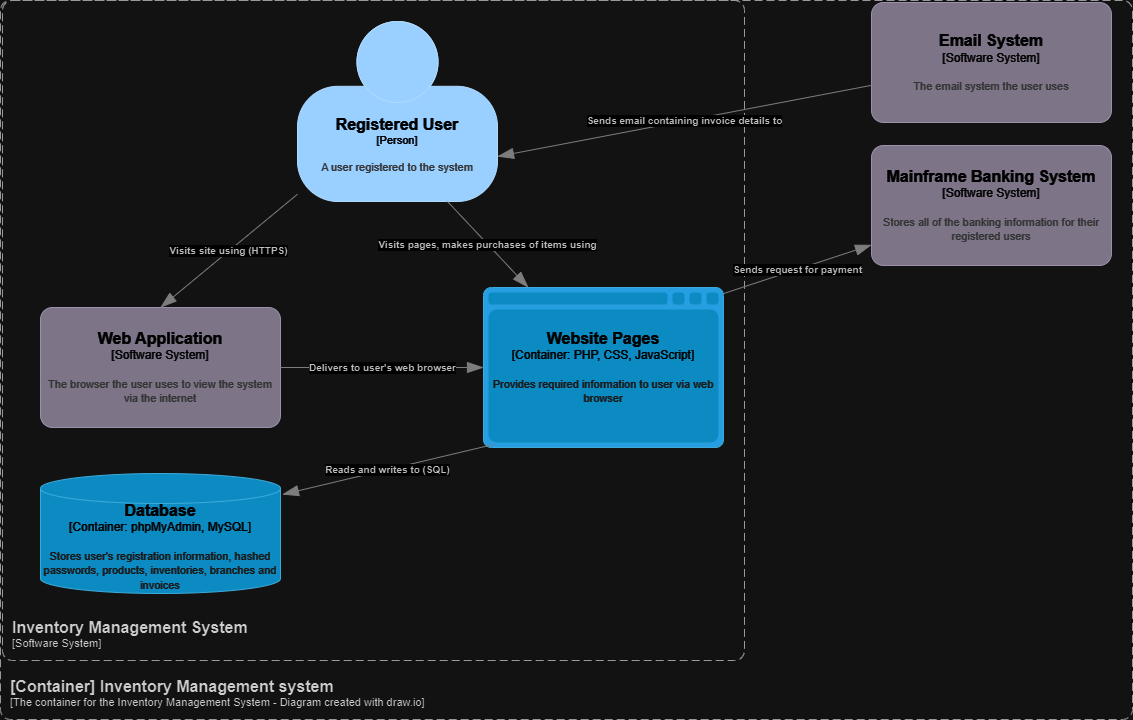
The draw.io diagram C4 Diagrams/ContainerDiagram.png in Vani0904/Team-Project-Inventory-System, before a commit. Source tidied: cells renumbered, new cells last; positions are measured from the earlier drawing's top-left corner, leaving out a move shared by most shapes. Source of this version:
```xml
<mxGraphModel>
  <root>
    <mxCell id="0" />
    <mxCell id="1" parent="0" />
    <object id="2" label="&lt;font style=&quot;font-size: 16px&quot;&gt;&lt;b&gt;%c4Name%&lt;/b&gt;&lt;/font&gt;&lt;div&gt;[%c4Type%]&lt;/div&gt;&lt;br&gt;&lt;div&gt;&lt;font style=&quot;font-size: 11px&quot;&gt;&lt;font color=&quot;#cccccc&quot;&gt;%c4Description%&lt;/font&gt;&lt;/div&gt;" c4Description="A user registered to the system" c4Name="Registered User" c4Type="Person" placeholders="1">
      <mxCell style="html=1;fontSize=11;dashed=0;whiteSpace=wrap;fillColor=#083F75;strokeColor=#06315C;fontColor=#ffffff;shape=mxgraph.c4.person2;align=center;points=[[0.5,0,0],[1,0.5,0],[1,0.75,0],[0.75,1,0],[0.5,1,0],[0.25,1,0],[0,0.75,0],[0,0.5,0]];" parent="1" vertex="1">
        <mxGeometry x="297" y="21" width="200" height="180" as="geometry" />
      </mxCell>
    </object>
    <object id="3" label="&lt;font style=&quot;font-size: 16px&quot;&gt;&lt;b&gt;&lt;div style=&quot;text-align: left&quot;&gt;%c4Name%&lt;/div&gt;&lt;/b&gt;&lt;/font&gt;&lt;div style=&quot;text-align: left&quot;&gt;[%c4Application%]&lt;/div&gt;" c4Application="Software System" c4Name="Inventory Management System" c4Type="SystemScopeBoundary" placeholders="1">
      <mxCell style="rounded=1;fontSize=11;whiteSpace=wrap;html=1;dashed=1;arcSize=20;fillColor=none;strokeColor=#666666;fontColor=#333333;labelBackgroundColor=none;align=left;verticalAlign=bottom;labelBorderColor=none;spacingTop=0;spacing=10;dashPattern=8 4;perimeter=rectanglePerimeter;noLabel=0;labelPadding=0;absoluteArcSize=1;" parent="1" vertex="1">
        <mxGeometry x="2" width="742" height="660" as="geometry" />
      </mxCell>
    </object>
    <object id="4" label="&lt;font style=&quot;font-size: 16px&quot;&gt;&lt;b&gt;%c4Name%&lt;/b&gt;&lt;/font&gt;&lt;div&gt;[%c4Type%:&amp;nbsp;%c4Technology%]&lt;/div&gt;&lt;br&gt;&lt;div&gt;&lt;font style=&quot;font-size: 11px&quot;&gt;&lt;font color=&quot;#E6E6E6&quot;&gt;%c4Description%&lt;/font&gt;&lt;/div&gt;" c4Description="Stores user's registration information, hashed passwords, products, inventories, branches and invoices" c4Name="Database" c4Technology="phpMyAdmin, MySQL" c4Type="Container" placeholders="1">
      <mxCell style="shape=cylinder3;size=15;whiteSpace=wrap;html=1;boundedLbl=1;rounded=0;labelBackgroundColor=none;fillColor=#23A2D9;fontSize=12;fontColor=#ffffff;align=center;strokeColor=#0E7DAD;points=[[0.5,0,0],[1,0.25,0],[1,0.5,0],[1,0.75,0],[0.5,1,0],[0,0.75,0],[0,0.5,0],[0,0.25,0]];" parent="1" vertex="1">
        <mxGeometry x="40" y="473" width="240" height="120" as="geometry" />
      </mxCell>
    </object>
    <object id="5" label="&lt;font style=&quot;font-size: 16px&quot;&gt;&lt;b&gt;%c4Name%&lt;/b&gt;&lt;/font&gt;&lt;div&gt;[%c4Type%:&amp;nbsp;%c4Technology%]&lt;/div&gt;&lt;br&gt;&lt;div&gt;&lt;font style=&quot;font-size: 11px&quot;&gt;&lt;font color=&quot;#E6E6E6&quot;&gt;%c4Description%&lt;/font&gt;&lt;/div&gt;" c4Description="Provides required information to user via web browser" c4Name="Website Pages" c4Technology="PHP, CSS, JavaScript" c4Type="Container" placeholders="1">
      <mxCell style="shape=mxgraph.c4.webBrowserContainer2;whiteSpace=wrap;html=1;boundedLbl=1;rounded=0;labelBackgroundColor=none;strokeColor=#118ACD;fillColor=#23A2D9;strokeColor=#118ACD;strokeColor2=#0E7DAD;fontSize=12;fontColor=#ffffff;align=center;points=[[0.5,0,0],[1,0.25,0],[1,0.5,0],[1,0.75,0],[0.5,1,0],[0,0.75,0],[0,0.5,0],[0,0.25,0]];" parent="1" vertex="1">
        <mxGeometry x="483" y="287" width="240" height="160" as="geometry" />
      </mxCell>
    </object>
    <object id="6" label="&lt;font style=&quot;font-size: 16px&quot;&gt;&lt;b&gt;%c4Name%&lt;/b&gt;&lt;/font&gt;&lt;div&gt;[%c4Type%]&lt;/div&gt;&lt;br&gt;&lt;div&gt;&lt;font style=&quot;font-size: 11px&quot;&gt;&lt;font color=&quot;#cccccc&quot;&gt;%c4Description%&lt;/font&gt;&lt;/div&gt;" c4Description="The browser the user uses to view the system via the internet" c4Name="Web Application" c4Type="Software System" placeholders="1">
      <mxCell style="rounded=1;whiteSpace=wrap;html=1;labelBackgroundColor=none;fillColor=#8C8496;fontColor=#ffffff;align=center;arcSize=10;strokeColor=#736782;points=[[0.25,0,0],[0.5,0,0],[0.75,0,0],[1,0.25,0],[1,0.5,0],[1,0.75,0],[0.75,1,0],[0.5,1,0],[0.25,1,0],[0,0.75,0],[0,0.5,0],[0,0.25,0]];" parent="1" vertex="1">
        <mxGeometry x="40" y="307" width="240" height="120" as="geometry" />
      </mxCell>
    </object>
    <object id="7" label="&lt;div style=&quot;text-align: left&quot;&gt;&lt;div style=&quot;text-align: center&quot;&gt;&lt;b&gt;%c4Description%&lt;/b&gt;&lt;/div&gt;" c4Description="Visits site using (HTTPS)" c4Type="Relationship" placeholders="1">
      <mxCell style="endArrow=blockThin;html=1;fontSize=10;fontColor=#404040;strokeWidth=1;endFill=1;strokeColor=#828282;elbow=vertical;endSize=14;startSize=14;jumpStyle=arc;jumpSize=16;rounded=0;entryX=0.5;entryY=0;entryDx=0;entryDy=0;entryPerimeter=0;" parent="1" edge="1" source="2" target="6">
        <mxGeometry relative="1" as="geometry" />
      </mxCell>
    </object>
    <object id="8" label="&lt;font style=&quot;font-size: 16px&quot;&gt;&lt;b&gt;%c4Name%&lt;/b&gt;&lt;/font&gt;&lt;div&gt;[%c4Type%]&lt;/div&gt;&lt;br&gt;&lt;div&gt;&lt;font style=&quot;font-size: 11px&quot;&gt;&lt;font color=&quot;#cccccc&quot;&gt;%c4Description%&lt;/font&gt;&lt;/div&gt;" c4Description="The email system the user uses" c4Name="Email System" c4Type="Software System" placeholders="1">
      <mxCell style="rounded=1;whiteSpace=wrap;html=1;labelBackgroundColor=none;fillColor=#8C8496;fontColor=#ffffff;align=center;arcSize=10;strokeColor=#736782;points=[[0.25,0,0],[0.5,0,0],[0.75,0,0],[1,0.25,0],[1,0.5,0],[1,0.75,0],[0.75,1,0],[0.5,1,0],[0.25,1,0],[0,0.75,0],[0,0.5,0],[0,0.25,0]];" parent="1" vertex="1">
        <mxGeometry x="871" y="2" width="240" height="120" as="geometry" />
      </mxCell>
    </object>
    <object id="9" label="&lt;div style=&quot;text-align: left&quot;&gt;&lt;div style=&quot;text-align: center&quot;&gt;&lt;b&gt;%c4Description%&lt;/b&gt;&lt;/div&gt;" c4Description="Sends email containing invoice details to" c4Type="Relationship" placeholders="1">
      <mxCell style="endArrow=blockThin;html=1;fontSize=10;fontColor=#404040;strokeWidth=1;endFill=1;strokeColor=#828282;elbow=vertical;endSize=14;startSize=14;jumpStyle=arc;jumpSize=16;rounded=0;entryX=1;entryY=0.75;entryDx=0;entryDy=0;entryPerimeter=0;" parent="1" edge="1" source="8" target="2">
        <mxGeometry relative="1" as="geometry" />
      </mxCell>
    </object>
    <object id="10" label="&lt;div style=&quot;text-align: left&quot;&gt;&lt;div style=&quot;text-align: center&quot;&gt;&lt;b&gt;%c4Description%&lt;/b&gt;&lt;/div&gt;" c4Description="Delivers to user's web browser" c4Type="Relationship" placeholders="1">
      <mxCell style="endArrow=blockThin;html=1;fontSize=10;fontColor=#404040;strokeWidth=1;endFill=1;strokeColor=#828282;elbow=vertical;endSize=14;startSize=14;jumpStyle=arc;jumpSize=16;rounded=0;edgeStyle=orthogonalEdgeStyle;curved=1;exitX=1;exitY=0.5;exitDx=0;exitDy=0;exitPerimeter=0;" parent="1" edge="1" source="6" target="5">
        <mxGeometry relative="1" as="geometry" />
      </mxCell>
    </object>
    <object id="11" label="&lt;font style=&quot;font-size: 16px&quot;&gt;&lt;b&gt;&lt;div style=&quot;text-align: left&quot;&gt;%c4Name%&lt;/div&gt;&lt;/b&gt;&lt;/font&gt;&lt;div style=&quot;text-align: left&quot;&gt;[%c4Application%]&lt;/div&gt;" c4Application="The container for the Inventory Management System - Diagram created with draw.io" c4Name="[Container] Inventory Management system" c4Type="ContainerScopeBoundary" placeholders="1">
      <mxCell style="rounded=1;fontSize=11;whiteSpace=wrap;html=1;dashed=1;arcSize=20;fillColor=none;strokeColor=#666666;fontColor=#333333;labelBackgroundColor=none;align=left;verticalAlign=bottom;labelBorderColor=none;spacingTop=0;spacing=10;dashPattern=8 4;perimeter=rectanglePerimeter;noLabel=0;labelPadding=0;absoluteArcSize=1;" parent="1" vertex="1">
        <mxGeometry width="1132" height="719" as="geometry" />
      </mxCell>
    </object>
    <object id="12" label="&lt;div style=&quot;text-align: left&quot;&gt;&lt;div style=&quot;text-align: center&quot;&gt;&lt;b&gt;%c4Description%&lt;/b&gt;&lt;/div&gt;" c4Description="Reads and writes to (SQL)" c4Type="Relationship" placeholders="1">
      <mxCell style="endArrow=blockThin;html=1;fontSize=10;fontColor=#404040;strokeWidth=1;endFill=1;strokeColor=#828282;elbow=vertical;endSize=14;startSize=14;jumpStyle=arc;jumpSize=16;rounded=0;entryX=1.008;entryY=0.175;entryDx=0;entryDy=0;entryPerimeter=0;exitX=0.042;exitY=0.981;exitDx=0;exitDy=0;exitPerimeter=0;" parent="1" edge="1" source="5" target="4">
        <mxGeometry relative="1" as="geometry" />
      </mxCell>
    </object>
    <object id="13" label="&lt;font style=&quot;font-size: 16px&quot;&gt;&lt;b&gt;%c4Name%&lt;/b&gt;&lt;/font&gt;&lt;div&gt;[%c4Type%]&lt;/div&gt;&lt;br&gt;&lt;div&gt;&lt;font style=&quot;font-size: 11px&quot;&gt;&lt;font color=&quot;#cccccc&quot;&gt;%c4Description%&lt;/font&gt;&lt;/div&gt;" c4Description="Stores all of the banking information for their registered users" c4Name="Mainframe Banking System" c4Type="Software System" placeholders="1">
      <mxCell style="rounded=1;whiteSpace=wrap;html=1;labelBackgroundColor=none;fillColor=#8C8496;fontColor=#ffffff;align=center;arcSize=10;strokeColor=#736782;points=[[0.25,0,0],[0.5,0,0],[0.75,0,0],[1,0.25,0],[1,0.5,0],[1,0.75,0],[0.75,1,0],[0.5,1,0],[0.25,1,0],[0,0.75,0],[0,0.5,0],[0,0.25,0]];" parent="1" vertex="1">
        <mxGeometry x="871" y="145" width="240" height="120" as="geometry" />
      </mxCell>
    </object>
    <object id="14" label="&lt;div style=&quot;text-align: left&quot;&gt;&lt;div style=&quot;text-align: center&quot;&gt;&lt;b&gt;%c4Description%&lt;/b&gt;&lt;/div&gt;" c4Description="Sends request for payment" c4Type="Relationship" placeholders="1">
      <mxCell style="endArrow=blockThin;html=1;fontSize=10;fontColor=#404040;strokeWidth=1;endFill=1;strokeColor=#828282;elbow=vertical;endSize=14;startSize=14;jumpStyle=arc;jumpSize=16;rounded=0;exitX=1;exitY=0.038;exitDx=0;exitDy=0;exitPerimeter=0;" parent="1" edge="1" source="5" target="13">
        <mxGeometry relative="1" as="geometry" />
      </mxCell>
    </object>
    <object id="15" label="&lt;div style=&quot;text-align: left&quot;&gt;&lt;div style=&quot;text-align: center&quot;&gt;&lt;b&gt;%c4Description%&lt;/b&gt;&lt;/div&gt;" c4Description="Visits pages, makes purchases of items using" c4Type="Relationship" placeholders="1">
      <mxCell style="endArrow=blockThin;html=1;fontSize=10;fontColor=#404040;strokeWidth=1;endFill=1;strokeColor=#828282;elbow=vertical;endSize=14;startSize=14;jumpStyle=arc;jumpSize=16;rounded=0;exitX=0.75;exitY=1;exitDx=0;exitDy=0;exitPerimeter=0;" parent="1" edge="1" source="2" target="5">
        <mxGeometry relative="1" as="geometry" />
      </mxCell>
    </object>
  </root>
</mxGraphModel>
```
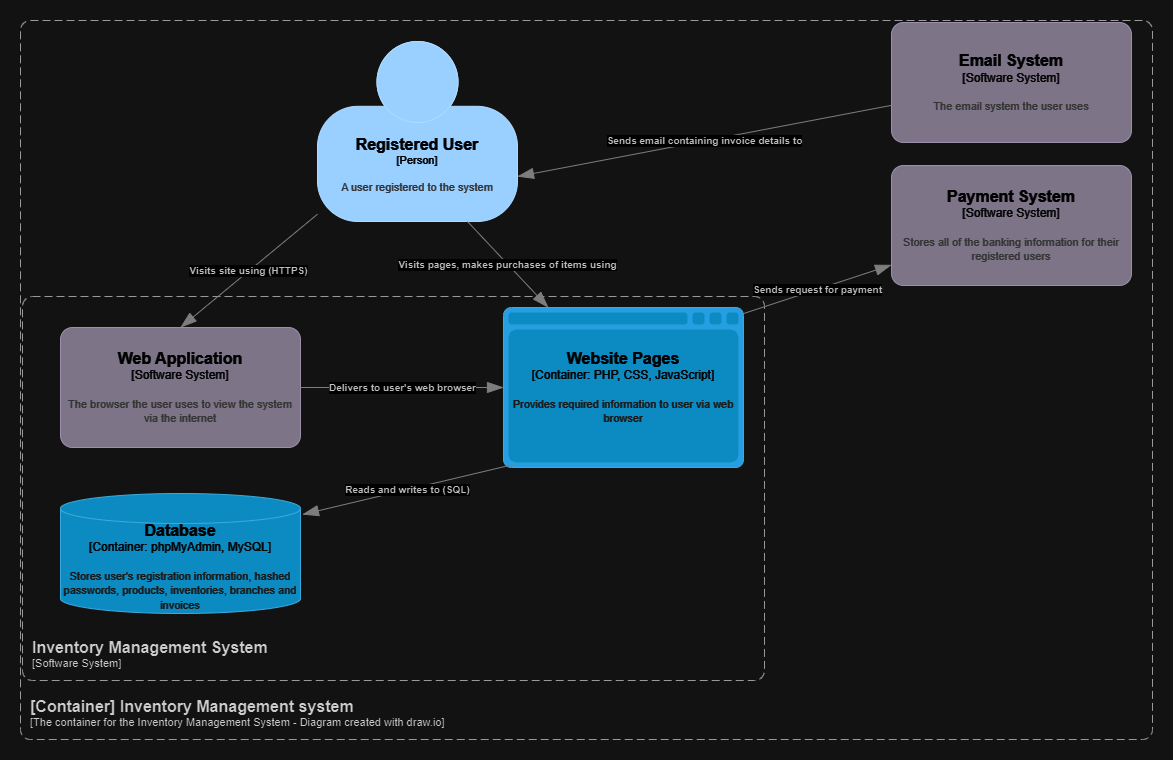
Later version of the same file.

Diff of the diagram source:
```diff
@@ -9,7 +9,7 @@
     </object>
     <object id="3" label="&lt;font style=&quot;font-size: 16px&quot;&gt;&lt;b&gt;&lt;div style=&quot;text-align: left&quot;&gt;%c4Name%&lt;/div&gt;&lt;/b&gt;&lt;/font&gt;&lt;div style=&quot;text-align: left&quot;&gt;[%c4Application%]&lt;/div&gt;" c4Application="Software System" c4Name="Inventory Management System" c4Type="SystemScopeBoundary" placeholders="1">
       <mxCell style="rounded=1;fontSize=11;whiteSpace=wrap;html=1;dashed=1;arcSize=20;fillColor=none;strokeColor=#666666;fontColor=#333333;labelBackgroundColor=none;align=left;verticalAlign=bottom;labelBorderColor=none;spacingTop=0;spacing=10;dashPattern=8 4;perimeter=rectanglePerimeter;noLabel=0;labelPadding=0;absoluteArcSize=1;" parent="1" vertex="1">
-        <mxGeometry x="2" width="742" height="660" as="geometry" />
+        <mxGeometry x="2" y="276" width="742" height="384" as="geometry" />
       </mxCell>
     </object>
     <object id="4" label="&lt;font style=&quot;font-size: 16px&quot;&gt;&lt;b&gt;%c4Name%&lt;/b&gt;&lt;/font&gt;&lt;div&gt;[%c4Type%:&amp;nbsp;%c4Technology%]&lt;/div&gt;&lt;br&gt;&lt;div&gt;&lt;font style=&quot;font-size: 11px&quot;&gt;&lt;font color=&quot;#E6E6E6&quot;&gt;%c4Description%&lt;/font&gt;&lt;/div&gt;" c4Description="Stores user's registration information, hashed passwords, products, inventories, branches and invoices" c4Name="Database" c4Technology="phpMyAdmin, MySQL" c4Type="Container" placeholders="1">
@@ -57,7 +57,7 @@
         <mxGeometry relative="1" as="geometry" />
       </mxCell>
     </object>
-    <object id="13" label="&lt;font style=&quot;font-size: 16px&quot;&gt;&lt;b&gt;%c4Name%&lt;/b&gt;&lt;/font&gt;&lt;div&gt;[%c4Type%]&lt;/div&gt;&lt;br&gt;&lt;div&gt;&lt;font style=&quot;font-size: 11px&quot;&gt;&lt;font color=&quot;#cccccc&quot;&gt;%c4Description%&lt;/font&gt;&lt;/div&gt;" c4Description="Stores all of the banking information for their registered users" c4Name="Mainframe Banking System" c4Type="Software System" placeholders="1">
+    <object id="13" label="&lt;font style=&quot;font-size: 16px&quot;&gt;&lt;b&gt;%c4Name%&lt;/b&gt;&lt;/font&gt;&lt;div&gt;[%c4Type%]&lt;/div&gt;&lt;br&gt;&lt;div&gt;&lt;font style=&quot;font-size: 11px&quot;&gt;&lt;font color=&quot;#cccccc&quot;&gt;%c4Description%&lt;/font&gt;&lt;/div&gt;" c4Description="Stores all of the banking information for their registered users" c4Name="Payment System" c4Type="Software System" placeholders="1">
       <mxCell style="rounded=1;whiteSpace=wrap;html=1;labelBackgroundColor=none;fillColor=#8C8496;fontColor=#ffffff;align=center;arcSize=10;strokeColor=#736782;points=[[0.25,0,0],[0.5,0,0],[0.75,0,0],[1,0.25,0],[1,0.5,0],[1,0.75,0],[0.75,1,0],[0.5,1,0],[0.25,1,0],[0,0.75,0],[0,0.5,0],[0,0.25,0]];" parent="1" vertex="1">
         <mxGeometry x="871" y="145" width="240" height="120" as="geometry" />
       </mxCell>
```
